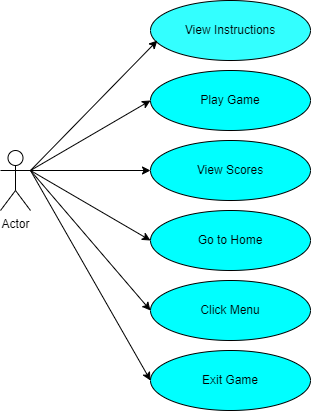
This is 2_Architecture/behavior Diagrams/UsecaseDiagram.drawio.png from Karthikeyan1411/M1_Game_Quiz, a draw.io export, as it was before one commit. Source tidied: cells renumbered, new cells last; positions are measured from the earlier drawing's top-left corner, leaving out a move shared by most shapes.
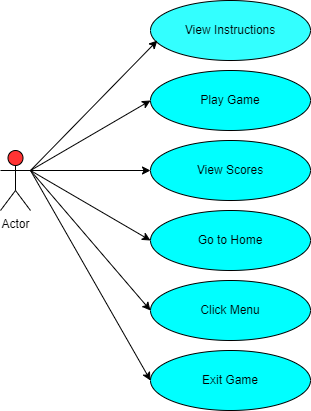
The same file after the commit.

Change to the diagram source:
```diff
@@ -2,7 +2,7 @@
   <root>
     <mxCell id="0" />
     <mxCell id="1" parent="0" />
-    <mxCell id="2" value="Actor" style="shape=umlActor;verticalLabelPosition=bottom;verticalAlign=top;html=1;" parent="1" vertex="1">
+    <mxCell id="2" value="Actor" style="shape=umlActor;verticalLabelPosition=bottom;verticalAlign=top;html=1;fillColor=#FF3333;" parent="1" vertex="1">
       <mxGeometry y="150" width="30" height="60" as="geometry" />
     </mxCell>
     <mxCell id="3" value="View Instructions" style="ellipse;whiteSpace=wrap;html=1;fillColor=#33FFFF;" parent="1" vertex="1">
```
